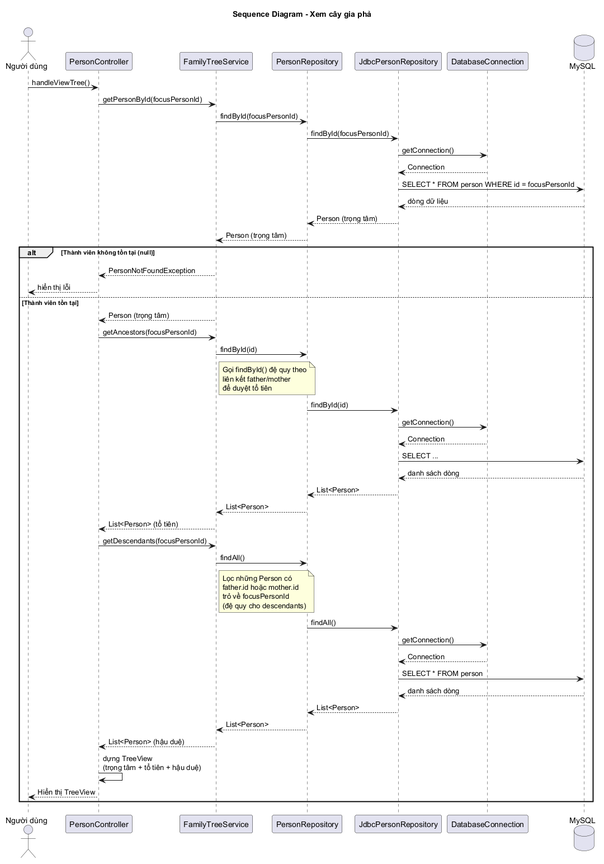
Before: docs/uml/sequence-family-tree.png, a diagram exported from PlantUML (minhchien170704/do-an-gia-pha).
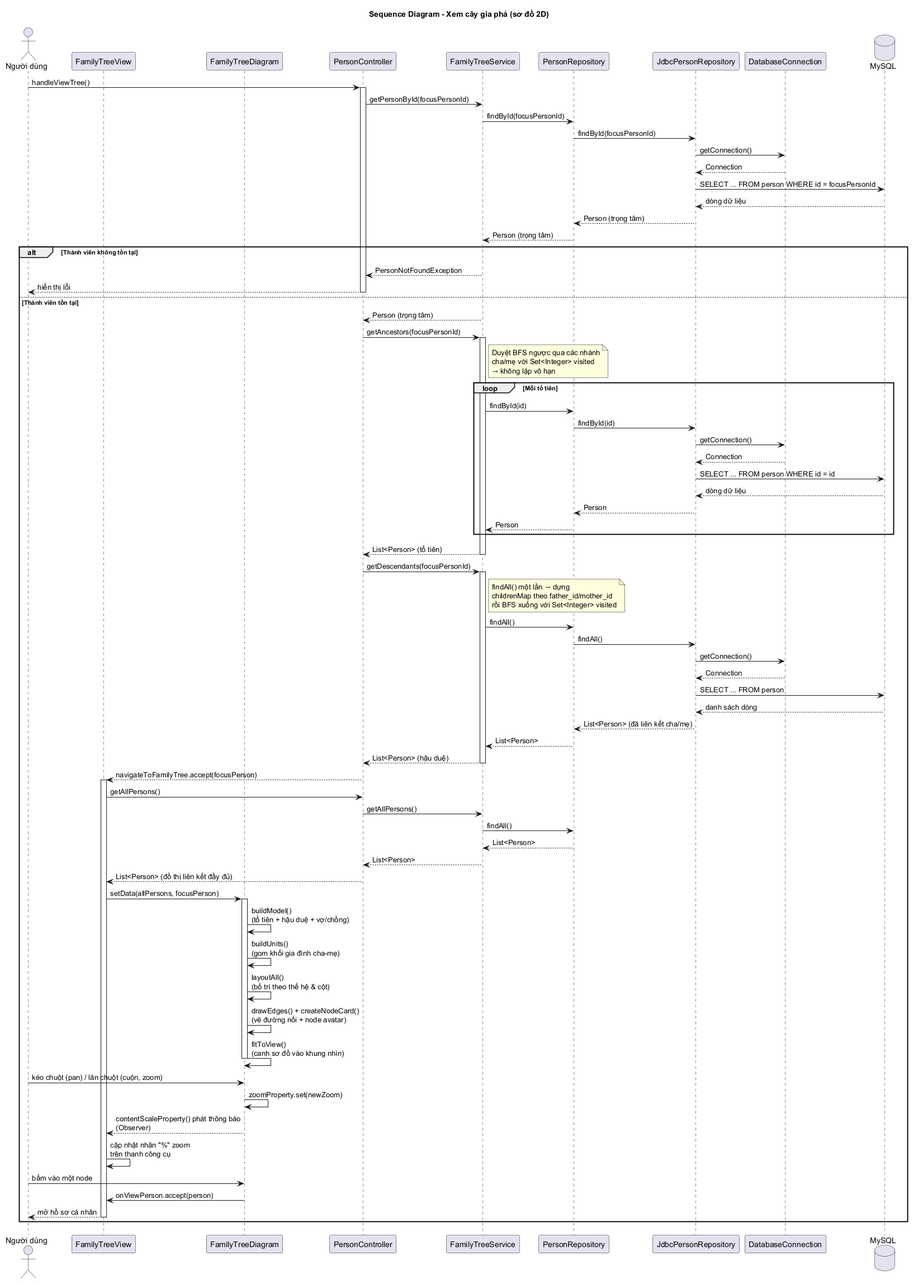
The same diagram one commit later.

Change to the diagram source:
```diff
@@ -1,8 +1,10 @@
 @startuml sequence-family-tree
 
-title Sequence Diagram - Xem cây gia phả
+title Sequence Diagram - Xem cây gia phả (sơ đồ 2D)
 
 actor "Người dùng" as User
+participant "FamilyTreeView" as TreeView
+participant "FamilyTreeDiagram" as Diagram
 participant "PersonController" as Controller
 participant "FamilyTreeService" as Service
 participant "PersonRepository" as Repo
@@ -11,61 +13,92 @@
 database "MySQL" as DB
 
 User -> Controller : handleViewTree()
+activate Controller
 
 Controller -> Service : getPersonById(focusPersonId)
 Service -> Repo : findById(focusPersonId)
 Repo -> JdbcRepo : findById(focusPersonId)
 JdbcRepo -> DBConn : getConnection()
 DBConn --> JdbcRepo : Connection
-JdbcRepo -> DB : SELECT * FROM person WHERE id = focusPersonId
+JdbcRepo -> DB : SELECT ... FROM person WHERE id = focusPersonId
 DB --> JdbcRepo : dòng dữ liệu
 JdbcRepo --> Repo : Person (trọng tâm)
 Repo --> Service : Person (trọng tâm)
 
-alt Thành viên không tồn tại (null)
+alt Thành viên không tồn tại
     Service --> Controller : PersonNotFoundException
     Controller --> User : hiển thị lỗi
-
+    deactivate Controller
 else Thành viên tồn tại
-
     Service --> Controller : Person (trọng tâm)
 
     Controller -> Service : getAncestors(focusPersonId)
-    Service -> Repo : findById(id)
+    activate Service
     note right of Service
-      Gọi findById() đệ quy theo
-      liên kết father/mother
-      để duyệt tổ tiên
+      Duyệt BFS ngược qua các nhánh
+      cha/mẹ với Set<Integer> visited
+      → không lặp vô hạn
     end note
-    Repo -> JdbcRepo : findById(id)
-    JdbcRepo -> DBConn : getConnection()
-    DBConn --> JdbcRepo : Connection
-    JdbcRepo -> DB : SELECT ...
-    DB --> JdbcRepo : danh sách dòng
-    JdbcRepo --> Repo : List<Person>
-    Repo --> Service : List<Person>
+    loop Mỗi tổ tiên
+        Service -> Repo : findById(id)
+        Repo -> JdbcRepo : findById(id)
+        JdbcRepo -> DBConn : getConnection()
+        DBConn --> JdbcRepo : Connection
+        JdbcRepo -> DB : SELECT ... FROM person WHERE id = id
+        DB --> JdbcRepo : dòng dữ liệu
+        JdbcRepo --> Repo : Person
+        Repo --> Service : Person
+    end
     Service --> Controller : List<Person> (tổ tiên)
+    deactivate Service
 
     Controller -> Service : getDescendants(focusPersonId)
+    activate Service
+    note right of Service
+      findAll() một lần → dựng
+      childrenMap theo father_id/mother_id
+      rồi BFS xuống với Set<Integer> visited
+    end note
     Service -> Repo : findAll()
-    note right of Service
-      Lọc những Person có
-      father.id hoặc mother.id
-      trỏ về focusPersonId
-      (đệ quy cho descendants)
-    end note
     Repo -> JdbcRepo : findAll()
     JdbcRepo -> DBConn : getConnection()
     DBConn --> JdbcRepo : Connection
-    JdbcRepo -> DB : SELECT * FROM person
+    JdbcRepo -> DB : SELECT ... FROM person
     DB --> JdbcRepo : danh sách dòng
-    JdbcRepo --> Repo : List<Person>
+    JdbcRepo --> Repo : List<Person> (đã liên kết cha/mẹ)
     Repo --> Service : List<Person>
     Service --> Controller : List<Person> (hậu duệ)
+    deactivate Service
 
-    Controller -> Controller : dựng TreeView\n(trọng tâm + tổ tiên + hậu duệ)
-    Controller --> User : Hiển thị TreeView
+    Controller --> TreeView : navigateToFamilyTree.accept(focusPerson)
+    deactivate Controller
 
+    activate TreeView
+    TreeView -> Controller : getAllPersons()
+    Controller -> Service : getAllPersons()
+    Service -> Repo : findAll()
+    Repo --> Service : List<Person>
+    Service --> Controller : List<Person>
+    Controller --> TreeView : List<Person> (đồ thị liên kết đầy đủ)
+
+    TreeView -> Diagram : setData(allPersons, focusPerson)
+    activate Diagram
+    Diagram -> Diagram : buildModel()\n(tổ tiên + hậu duệ + vợ/chồng)
+    Diagram -> Diagram : buildUnits()\n(gom khối gia đình cha-mẹ)
+    Diagram -> Diagram : layoutAll()\n(bố trí theo thế hệ & cột)
+    Diagram -> Diagram : drawEdges() + createNodeCard()\n(vẽ đường nối + node avatar)
+    Diagram -> Diagram : fitToView()\n(canh sơ đồ vào khung nhìn)
+    deactivate Diagram
+
+    User -> Diagram : kéo chuột (pan) / lăn chuột (cuộn, zoom)
+    Diagram -> Diagram : zoomProperty.set(newZoom)
+    Diagram --> TreeView : contentScaleProperty() phát thông báo\n(Observer)
+    TreeView -> TreeView : cập nhật nhãn "%" zoom\ntrên thanh công cụ
+
+    User -> Diagram : bấm vào một node
+    Diagram -> TreeView : onViewPerson.accept(person)
+    TreeView --> User : mở hồ sơ cá nhân
+    deactivate TreeView
 end
 
 @enduml
```
